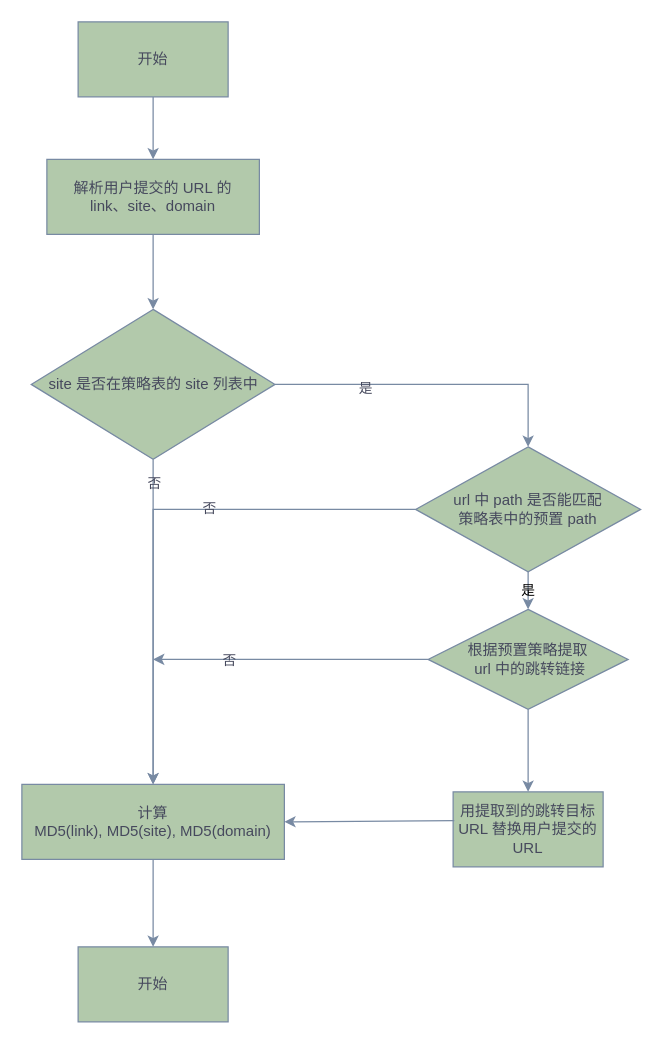
Before: url_cache_大站跳转.drawio in qixiaohu/flow-process-diagram, a draw.io diagram. Source tidied: cells renumbered, new cells numbered last; positions are measured from the earlier drawing's top-left corner, leaving out a move shared by most shapes. Both pictures are drawn from the tidied source at 125%, with x=0, y=0 at pixel (21, 21).
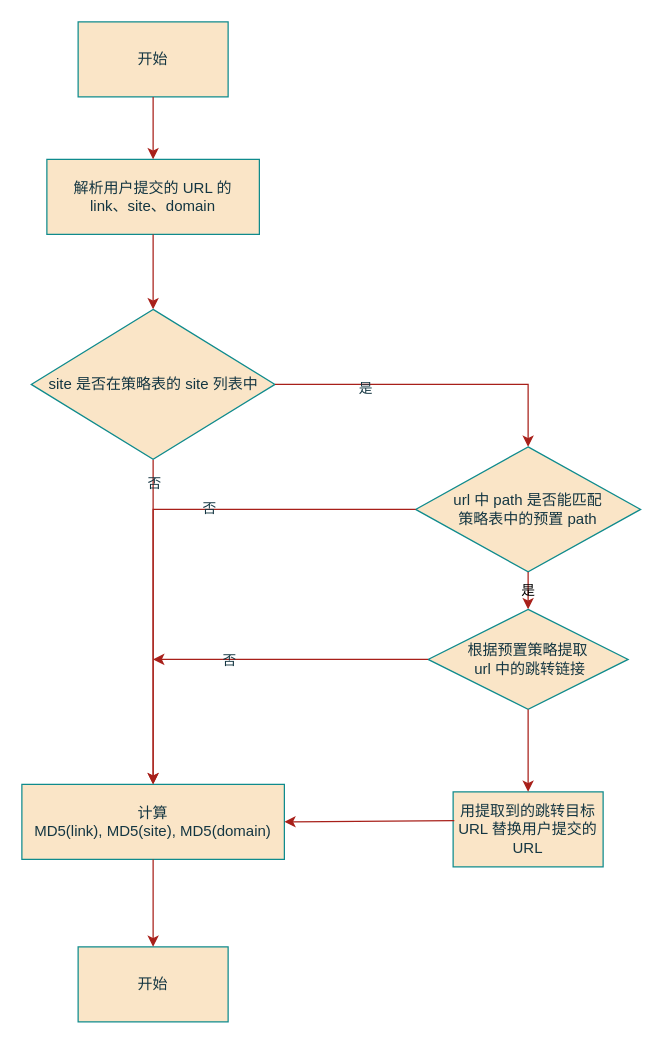
Above is the later version.

Commit message (it also covers changes not shown here):
更新url_cache_大站跳转.drawio

What changed in the source:
```diff
@@
-    <mxCell id="2" value="开始" style="rounded=0;whiteSpace=wrap;html=1;labelBackgroundColor=none;fillColor=#B2C9AB;strokeColor=#788AA3;fontColor=#46495D;" parent="1" vertex="1">
+    <mxCell id="2" value="开始" style="rounded=0;whiteSpace=wrap;html=1;labelBackgroundColor=none;fillColor=#FAE5C7;strokeColor=#0F8B8D;fontColor=#143642;" parent="1" vertex="1">
       <mxGeometry x="45" width="120" height="60" as="geometry" />
     </mxCell>
-    <mxCell id="3" value="解析用户提交的 URL 的&lt;br&gt;link、site、domain" style="rounded=0;whiteSpace=wrap;html=1;labelBackgroundColor=none;fillColor=#B2C9AB;strokeColor=#788AA3;fontColor=#46495D;" parent="1" vertex="1">
+    <mxCell id="3" value="解析用户提交的 URL 的&lt;br&gt;link、site、domain" style="rounded=0;whiteSpace=wrap;html=1;labelBackgroundColor=none;fillColor=#FAE5C7;strokeColor=#0F8B8D;fontColor=#143642;" parent="1" vertex="1">
       <mxGeometry x="20" y="110" width="170" height="60" as="geometry" />
     </mxCell>
-    <mxCell id="4" style="endArrow=classic;html=1;rounded=0;exitX=0.5;exitY=1;exitDx=0;exitDy=0;entryX=0.5;entryY=0;entryDx=0;entryDy=0;labelBackgroundColor=none;strokeColor=#788AA3;fontColor=default;" parent="1" edge="1" source="2" target="3">
+    <mxCell id="4" style="endArrow=classic;html=1;rounded=0;exitX=0.5;exitY=1;exitDx=0;exitDy=0;entryX=0.5;entryY=0;entryDx=0;entryDy=0;labelBackgroundColor=none;strokeColor=#A8201A;fontColor=default;" parent="1" edge="1" source="2" target="3">
       <mxGeometry relative="1" as="geometry" />
     </mxCell>
-    <mxCell id="5" style="endArrow=classic;html=1;rounded=0;exitX=0.5;exitY=1;exitDx=0;exitDy=0;entryX=0.5;entryY=0;entryDx=0;entryDy=0;labelBackgroundColor=none;strokeColor=#788AA3;fontColor=default;" parent="1" edge="1" source="3" target="9">
+    <mxCell id="5" style="endArrow=classic;html=1;rounded=0;exitX=0.5;exitY=1;exitDx=0;exitDy=0;entryX=0.5;entryY=0;entryDx=0;entryDy=0;labelBackgroundColor=none;strokeColor=#A8201A;fontColor=default;" parent="1" edge="1" source="3" target="9">
       <mxGeometry relative="1" as="geometry" />
     </mxCell>
-    <mxCell id="6" style="endArrow=classic;html=1;rounded=0;exitX=0.5;exitY=1;exitDx=0;exitDy=0;entryX=0.5;entryY=0;entryDx=0;entryDy=0;labelBackgroundColor=none;strokeColor=#788AA3;fontColor=default;" parent="1" edge="1" source="9" target="8">
+    <mxCell id="6" style="endArrow=classic;html=1;rounded=0;exitX=0.5;exitY=1;exitDx=0;exitDy=0;entryX=0.5;entryY=0;entryDx=0;entryDy=0;labelBackgroundColor=none;strokeColor=#A8201A;fontColor=default;" parent="1" edge="1" source="9" target="8">
       <mxGeometry relative="1" as="geometry" />
     </mxCell>
-    <mxCell id="7" value="否" style="edgeLabel;html=1;align=center;verticalAlign=middle;labelBackgroundColor=none;fontColor=#46495D;rounded=0;" parent="6" vertex="1">
+    <mxCell id="7" value="否" style="edgeLabel;html=1;align=center;verticalAlign=middle;labelBackgroundColor=none;fontColor=#143642;rounded=0;" parent="6" vertex="1">
       <mxGeometry x="-0.28" y="1" relative="1" as="geometry">
         <mxPoint x="-1" y="-76" as="offset" />
       </mxGeometry>
     </mxCell>
-    <mxCell id="8" value="计算&lt;br&gt;MD5(link), MD5(site), MD5(domain)" style="rounded=0;whiteSpace=wrap;html=1;labelBackgroundColor=none;fillColor=#B2C9AB;strokeColor=#788AA3;fontColor=#46495D;" parent="1" vertex="1">
+    <mxCell id="8" value="计算&lt;br&gt;MD5(link), MD5(site), MD5(domain)" style="rounded=0;whiteSpace=wrap;html=1;labelBackgroundColor=none;fillColor=#FAE5C7;strokeColor=#0F8B8D;fontColor=#143642;" parent="1" vertex="1">
       <mxGeometry y="610" width="210" height="60" as="geometry" />
     </mxCell>
-    <mxCell id="9" value="site 是否在策略表的 site 列表中" style="rhombus;whiteSpace=wrap;html=1;labelBackgroundColor=none;fillColor=#B2C9AB;strokeColor=#788AA3;fontColor=#46495D;rounded=0;" parent="1" vertex="1">
+    <mxCell id="9" value="site 是否在策略表的 site 列表中" style="rhombus;whiteSpace=wrap;html=1;labelBackgroundColor=none;fillColor=#FAE5C7;strokeColor=#0F8B8D;fontColor=#143642;rounded=0;" parent="1" vertex="1">
       <mxGeometry x="7.5" y="230" width="195" height="120" as="geometry" />
     </mxCell>
-    <mxCell id="10" style="endArrow=classic;html=1;rounded=0;exitX=1;exitY=0.5;exitDx=0;exitDy=0;entryX=0.5;entryY=0;entryDx=0;entryDy=0;labelBackgroundColor=none;strokeColor=#788AA3;fontColor=default;" parent="1" edge="1" source="9" target="12">
+    <mxCell id="10" style="endArrow=classic;html=1;rounded=0;exitX=1;exitY=0.5;exitDx=0;exitDy=0;entryX=0.5;entryY=0;entryDx=0;entryDy=0;labelBackgroundColor=none;strokeColor=#A8201A;fontColor=default;" parent="1" edge="1" source="9" target="12">
       <mxGeometry relative="1" as="geometry">
         <Array as="points">
           <mxPoint x="405" y="290" />
         </Array>
       </mxGeometry>
     </mxCell>
-    <mxCell id="11" value="是" style="edgeLabel;html=1;align=center;verticalAlign=middle;labelBackgroundColor=none;fontColor=#46495D;rounded=0;" parent="10" vertex="1">
+    <mxCell id="11" value="是" style="edgeLabel;html=1;align=center;verticalAlign=middle;labelBackgroundColor=none;fontColor=#143642;rounded=0;" parent="10" vertex="1">
       <mxGeometry x="-0.43" y="-2" relative="1" as="geometry" />
     </mxCell>
-    <mxCell id="12" value="url 中 path 是否能匹配&lt;br&gt;策略表中的预置 path" style="rhombus;whiteSpace=wrap;html=1;labelBackgroundColor=none;fillColor=#B2C9AB;strokeColor=#788AA3;fontColor=#46495D;rounded=0;" parent="1" vertex="1">
+    <mxCell id="12" value="url 中 path 是否能匹配&lt;br&gt;策略表中的预置 path" style="rhombus;whiteSpace=wrap;html=1;labelBackgroundColor=none;fillColor=#FAE5C7;strokeColor=#0F8B8D;fontColor=#143642;rounded=0;" parent="1" vertex="1">
       <mxGeometry x="315" y="340" width="180" height="100" as="geometry" />
     </mxCell>
-    <mxCell id="13" style="endArrow=classic;html=1;rounded=0;exitX=0;exitY=0.5;exitDx=0;exitDy=0;entryX=0.5;entryY=0;entryDx=0;entryDy=0;labelBackgroundColor=none;strokeColor=#788AA3;fontColor=default;" parent="1" edge="1" source="12" target="8">
+    <mxCell id="13" style="endArrow=classic;html=1;rounded=0;exitX=0;exitY=0.5;exitDx=0;exitDy=0;entryX=0.5;entryY=0;entryDx=0;entryDy=0;labelBackgroundColor=none;strokeColor=#A8201A;fontColor=default;" parent="1" edge="1" source="12" target="8">
       <mxGeometry relative="1" as="geometry">
         <Array as="points">
           <mxPoint x="105" y="390" />
         </Array>
       </mxGeometry>
     </mxCell>
-    <mxCell id="14" value="否" style="edgeLabel;html=1;align=center;verticalAlign=middle;labelBackgroundColor=none;fontColor=#46495D;rounded=0;" parent="13" vertex="1">
+    <mxCell id="14" value="否" style="edgeLabel;html=1;align=center;verticalAlign=middle;labelBackgroundColor=none;fontColor=#143642;rounded=0;" parent="13" vertex="1">
       <mxGeometry x="-0.23" y="-2" relative="1" as="geometry" />
     </mxCell>
-    <mxCell id="15" value="是" style="endArrow=classic;html=1;rounded=0;exitX=0.5;exitY=1;exitDx=0;exitDy=0;entryX=0.5;entryY=0;entryDx=0;entryDy=0;labelBackgroundColor=none;strokeColor=#788AA3;fontColor=default;" parent="1" edge="1" source="12" target="16">
+    <mxCell id="15" value="是" style="endArrow=classic;html=1;rounded=0;exitX=0.5;exitY=1;exitDx=0;exitDy=0;entryX=0.5;entryY=0;entryDx=0;entryDy=0;labelBackgroundColor=none;strokeColor=#A8201A;fontColor=default;" parent="1" edge="1" source="12" target="16">
       <mxGeometry relative="1" as="geometry" />
     </mxCell>
-    <mxCell id="16" value="根据预置策略提取&lt;br&gt;&amp;nbsp;url 中的跳转链接" style="rhombus;whiteSpace=wrap;html=1;labelBackgroundColor=none;fillColor=#B2C9AB;strokeColor=#788AA3;fontColor=#46495D;rounded=0;" parent="1" vertex="1">
+    <mxCell id="16" value="根据预置策略提取&lt;br&gt;&amp;nbsp;url 中的跳转链接" style="rhombus;whiteSpace=wrap;html=1;labelBackgroundColor=none;fillColor=#FAE5C7;strokeColor=#0F8B8D;fontColor=#143642;rounded=0;" parent="1" vertex="1">
       <mxGeometry x="325" y="470" width="160" height="80" as="geometry" />
     </mxCell>
-    <mxCell id="17" style="endArrow=classic;html=1;rounded=0;exitX=0;exitY=0.5;exitDx=0;exitDy=0;labelBackgroundColor=none;strokeColor=#788AA3;fontColor=default;" parent="1" edge="1" source="16">
+    <mxCell id="17" style="endArrow=classic;html=1;rounded=0;exitX=0;exitY=0.5;exitDx=0;exitDy=0;labelBackgroundColor=none;strokeColor=#A8201A;fontColor=default;" parent="1" edge="1" source="16">
       <mxGeometry relative="1" as="geometry">
         <mxPoint x="105" y="510" as="targetPoint" />
       </mxGeometry>
     </mxCell>
-    <mxCell id="18" value="否" style="edgeLabel;html=1;align=center;verticalAlign=middle;labelBackgroundColor=none;fontColor=#46495D;rounded=0;" parent="17" vertex="1">
+    <mxCell id="18" value="否" style="edgeLabel;html=1;align=center;verticalAlign=middle;labelBackgroundColor=none;fontColor=#143642;rounded=0;" parent="17" vertex="1">
       <mxGeometry x="-0.26" relative="1" as="geometry">
         <mxPoint x="-79" as="offset" />
       </mxGeometry>
     </mxCell>
-    <mxCell id="19" value="用提取到的跳转目标URL 替换用户提交的 URL" style="rounded=0;whiteSpace=wrap;html=1;labelBackgroundColor=none;fillColor=#B2C9AB;strokeColor=#788AA3;fontColor=#46495D;" parent="1" vertex="1">
+    <mxCell id="19" value="用提取到的跳转目标URL 替换用户提交的 URL" style="rounded=0;whiteSpace=wrap;html=1;labelBackgroundColor=none;fillColor=#FAE5C7;strokeColor=#0F8B8D;fontColor=#143642;" parent="1" vertex="1">
       <mxGeometry x="345" y="616" width="120" height="60" as="geometry" />
     </mxCell>
-    <mxCell id="20" style="endArrow=classic;html=1;rounded=0;exitX=0.5;exitY=1;exitDx=0;exitDy=0;entryX=0.5;entryY=0;entryDx=0;entryDy=0;labelBackgroundColor=none;strokeColor=#788AA3;fontColor=default;" parent="1" edge="1" source="16" target="19">
+    <mxCell id="20" style="endArrow=classic;html=1;rounded=0;exitX=0.5;exitY=1;exitDx=0;exitDy=0;entryX=0.5;entryY=0;entryDx=0;entryDy=0;labelBackgroundColor=none;strokeColor=#A8201A;fontColor=default;" parent="1" edge="1" source="16" target="19">
       <mxGeometry relative="1" as="geometry" />
     </mxCell>
-    <mxCell id="21" style="endArrow=classic;html=1;rounded=0;exitX=0.008;exitY=0.383;exitDx=0;exitDy=0;exitPerimeter=0;entryX=1;entryY=0.5;entryDx=0;entryDy=0;labelBackgroundColor=none;strokeColor=#788AA3;fontColor=default;" parent="1" edge="1" source="19" target="8">
+    <mxCell id="21" style="endArrow=classic;html=1;rounded=0;exitX=0.008;exitY=0.383;exitDx=0;exitDy=0;exitPerimeter=0;entryX=1;entryY=0.5;entryDx=0;entryDy=0;labelBackgroundColor=none;strokeColor=#A8201A;fontColor=default;" parent="1" edge="1" source="19" target="8">
       <mxGeometry relative="1" as="geometry" />
     </mxCell>
-    <mxCell id="22" value="开始" style="rounded=0;whiteSpace=wrap;html=1;labelBackgroundColor=none;fillColor=#B2C9AB;strokeColor=#788AA3;fontColor=#46495D;" parent="1" vertex="1">
+    <mxCell id="22" value="开始" style="rounded=0;whiteSpace=wrap;html=1;labelBackgroundColor=none;fillColor=#FAE5C7;strokeColor=#0F8B8D;fontColor=#143642;" parent="1" vertex="1">
       <mxGeometry x="45" y="740" width="120" height="60" as="geometry" />
     </mxCell>
-    <mxCell id="23" style="endArrow=classic;html=1;rounded=0;exitX=0.5;exitY=1;exitDx=0;exitDy=0;labelBackgroundColor=none;strokeColor=#788AA3;fontColor=default;" parent="1" edge="1" source="8" target="22">
+    <mxCell id="23" style="endArrow=classic;html=1;rounded=0;exitX=0.5;exitY=1;exitDx=0;exitDy=0;labelBackgroundColor=none;strokeColor=#A8201A;fontColor=default;" parent="1" edge="1" source="8" target="22">
       <mxGeometry relative="1" as="geometry" />
     </mxCell>
```
